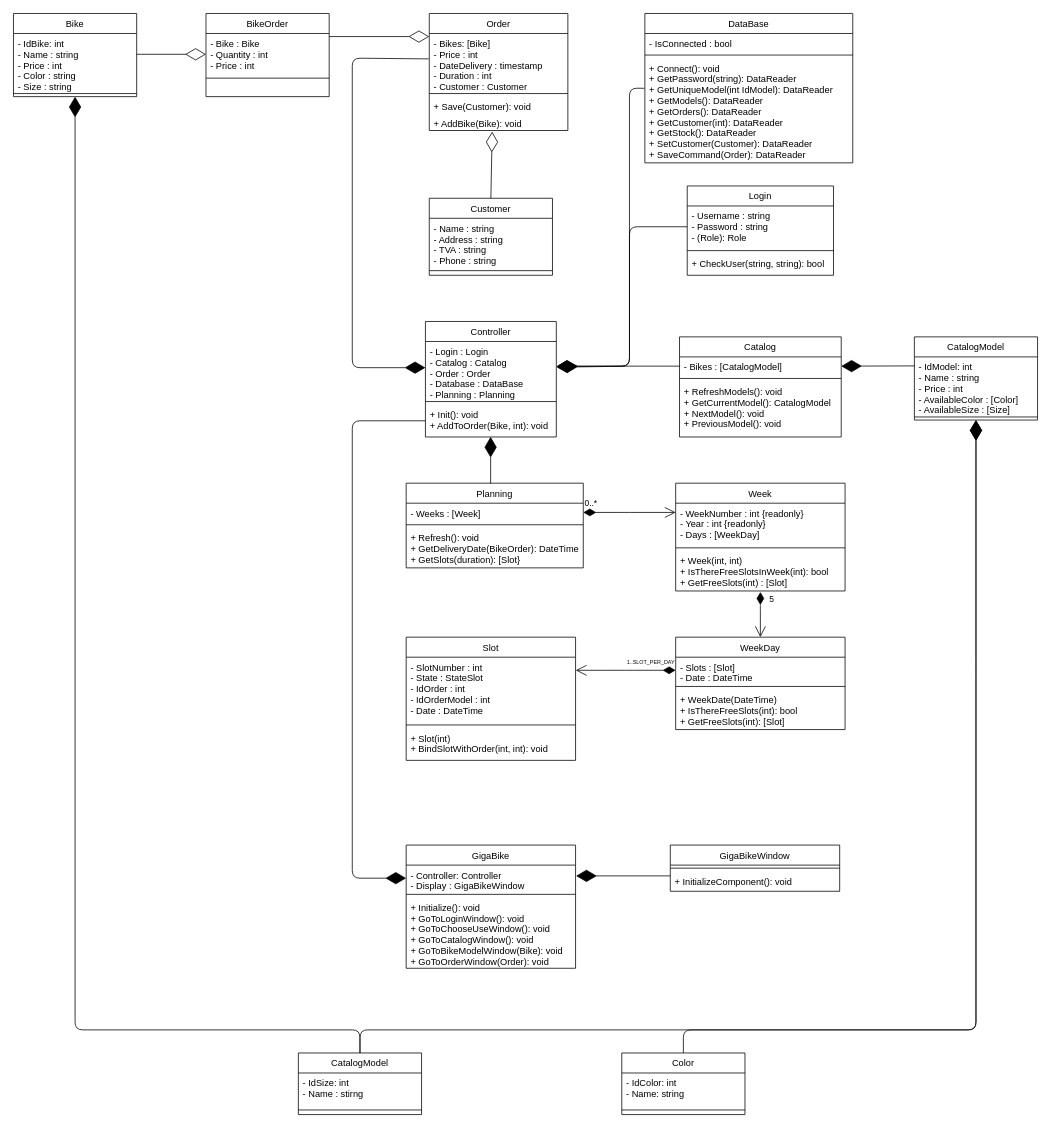
The draw.io diagram Diagrams/ClassDiagram.drawio in alex210501/GigaBike, before the edit. Source tidied: cells renumbered, new cells numbered last; positions are measured from the earlier drawing's top-left corner, leaving out a move shared by most shapes. Both pictures are drawn from the tidied source at 77%, with x=0, y=0 at pixel (13, 13).
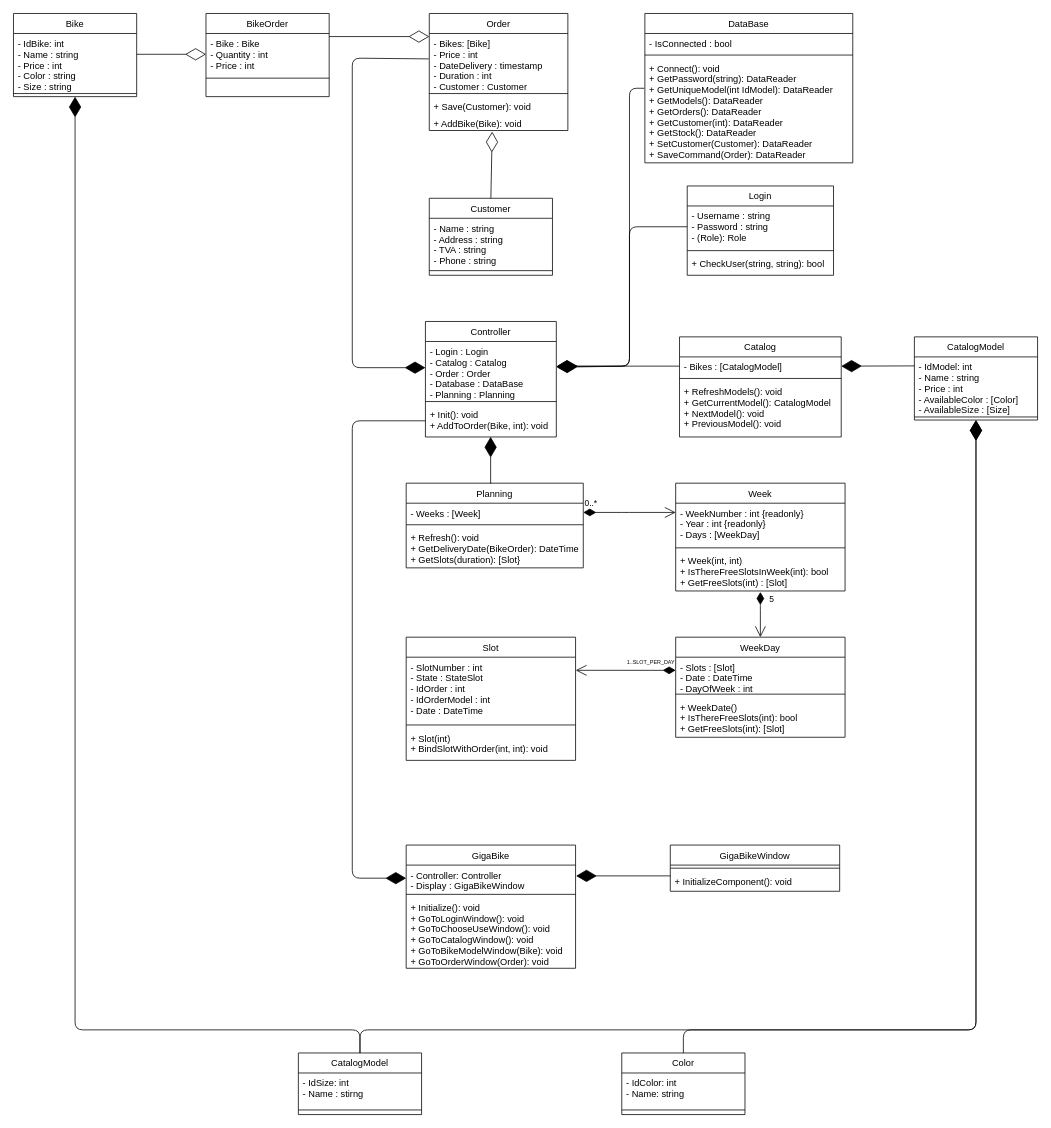
The same diagram, later.

Commit message (it also covers changes not shown here):
Add WeekDay class

The change refers to these unchanged cells:
```xml
<mxCell id="75" value="- SlotNumber : int&#10;- State : StateSlot&#10;- IdOrder : int&#10;- IdOrderModel : int&#10;- Date : DateTime" style="text;align=left;verticalAlign=top;spacingLeft=4;spacingRight=4;overflow=hidden;points=[[0,0.5],[1,0.5]];portConstraint=eastwest;" parent="74" vertex="1">
  <mxGeometry y="26" width="220" height="84" as="geometry" />
</mxCell>
```

Change to the diagram source:
```diff
@@
     <mxCell id="70" value="WeekDay" style="swimlane;fontStyle=0;align=center;verticalAlign=top;horizontal=1;startSize=26;rounded=0;shadow=0;strokeWidth=1;" parent="1" vertex="1">
-      <mxGeometry x="860" y="810" width="220" height="120" as="geometry" />
+      <mxGeometry x="860" y="810" width="220" height="130" as="geometry" />
     </mxCell>
-    <mxCell id="71" value="- Slots : [Slot]&#10;- Date : DateTime" style="text;align=left;verticalAlign=top;spacingLeft=4;spacingRight=4;overflow=hidden;points=[[0,0.5],[1,0.5]];portConstraint=eastwest;" parent="70" vertex="1">
-      <mxGeometry y="26" width="220" height="34" as="geometry" />
+    <mxCell id="71" value="- Slots : [Slot]&#10;- Date : DateTime&#10;- DayOfWeek : int" style="text;align=left;verticalAlign=top;spacingLeft=4;spacingRight=4;overflow=hidden;points=[[0,0.5],[1,0.5]];portConstraint=eastwest;" parent="70" vertex="1">
+      <mxGeometry y="26" width="220" height="44" as="geometry" />
     </mxCell>
     <mxCell id="72" style="line;html=1;strokeWidth=1;align=left;verticalAlign=middle;spacingTop=-1;spacingLeft=3;spacingRight=3;labelPosition=right;" parent="70" vertex="1">
-      <mxGeometry y="60" width="220" height="8" as="geometry" />
+      <mxGeometry y="70" width="220" height="8" as="geometry" />
     </mxCell>
-    <mxCell id="73" value="+ WeekDate(DateTime)&#10;+ IsThereFreeSlots(int): bool&#10;+ GetFreeSlots(int): [Slot]" style="text;align=left;verticalAlign=top;spacingLeft=4;spacingRight=4;overflow=hidden;" parent="70" vertex="1">
-      <mxGeometry y="68" width="220" height="52" as="geometry" />
+    <mxCell id="73" value="+ WeekDate()&#10;+ IsThereFreeSlots(int): bool&#10;+ GetFreeSlots(int): [Slot]" style="text;align=left;verticalAlign=top;spacingLeft=4;spacingRight=4;overflow=hidden;" parent="70" vertex="1">
+      <mxGeometry y="78" width="220" height="52" as="geometry" />
     </mxCell>
@@
-    <mxCell id="80" value="&lt;font style=&quot;font-size: 7px&quot;&gt;1..SLOT_PER_DAY&lt;/font&gt;" style="endArrow=open;html=1;endSize=12;startArrow=diamondThin;startSize=14;startFill=1;edgeStyle=orthogonalEdgeStyle;align=left;verticalAlign=bottom;exitX=0;exitY=0.5;exitDx=0;exitDy=0;entryX=1.001;entryY=0.203;entryDx=0;entryDy=0;entryPerimeter=0;" parent="1" edge="1" source="71" target="75">
+    <mxCell id="80" value="&lt;font style=&quot;font-size: 7px&quot;&gt;1..SLOT_PER_DAY&lt;/font&gt;" style="endArrow=open;html=1;endSize=12;startArrow=diamondThin;startSize=14;startFill=1;edgeStyle=orthogonalEdgeStyle;align=left;verticalAlign=bottom;entryX=1.001;entryY=0.203;entryDx=0;entryDy=0;entryPerimeter=0;exitX=0;exitY=0.388;exitDx=0;exitDy=0;exitPerimeter=0;" parent="1" edge="1" source="71" target="75">
       <mxGeometry y="-3" relative="1" as="geometry" />
     </mxCell>
```
